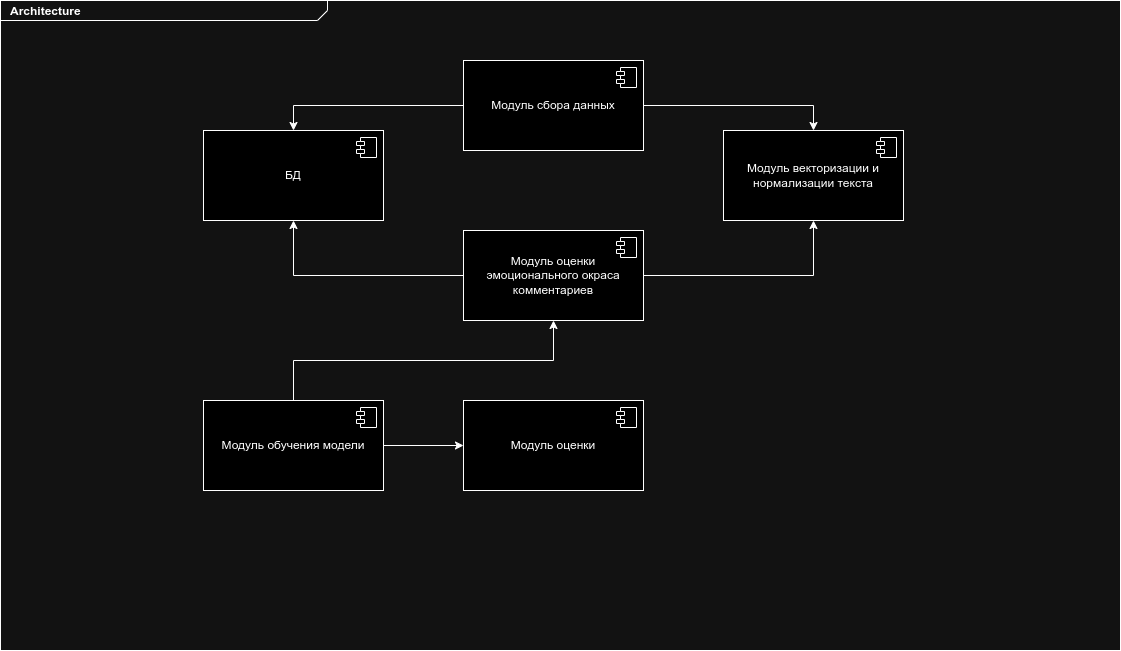
Above: arch_lab_2/arch.png in comiam/emotion-detector (draw.io), before the change. Source tidied: cells renumbered, new cells last; positions are measured from the earlier drawing's top-left corner, leaving out a move shared by most shapes.
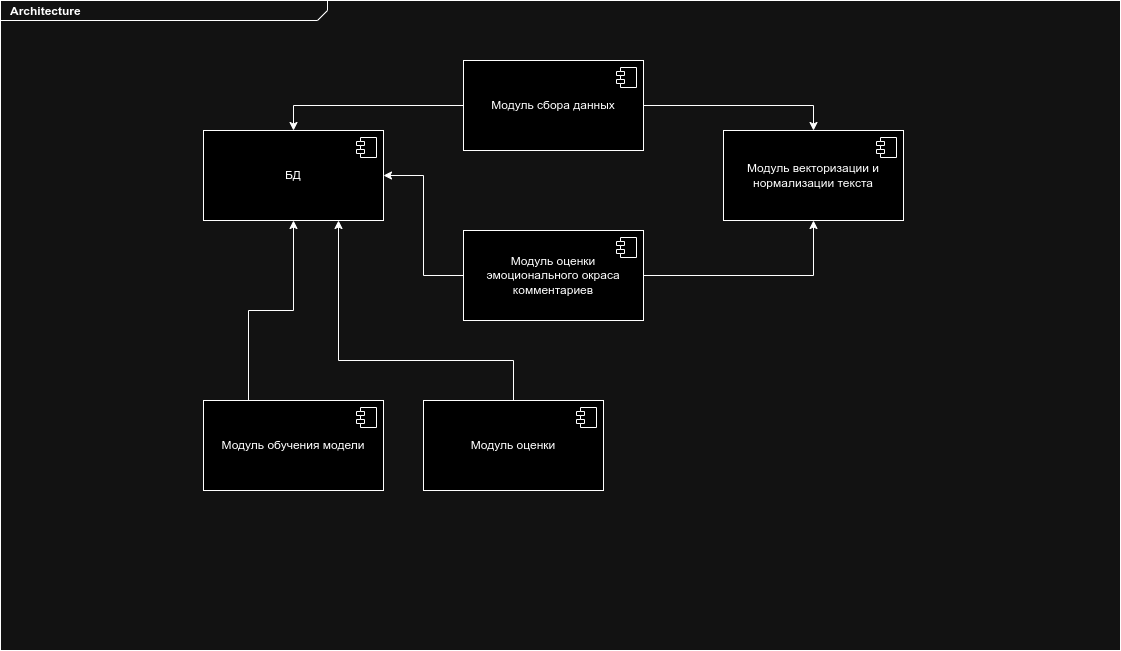
Above is the later version.

Change to the diagram source:
```diff
@@ -5,7 +5,7 @@
     <mxCell id="2" value="&lt;p style=&quot;margin: 0px ; margin-top: 4px ; margin-left: 10px ; text-align: left&quot;&gt;&lt;b&gt;Architecture&lt;/b&gt;&lt;/p&gt;" style="html=1;strokeWidth=1;shape=mxgraph.sysml.package;html=1;overflow=fill;whiteSpace=wrap;fillColor=none;gradientColor=none;fontSize=12;align=center;labelX=327.64;" parent="1" vertex="1">
       <mxGeometry width="1120" height="650" as="geometry" />
     </mxCell>
-    <mxCell id="3" style="edgeStyle=orthogonalEdgeStyle;rounded=0;html=1;jettySize=auto;endArrow=circlePlus;endFill=0;" parent="1" edge="1" source="x">
+    <mxCell id="3" style="edgeStyle=orthogonalEdgeStyle;rounded=0;html=1;jettySize=auto;orthogonalLoop=1;endArrow=circlePlus;endFill=0;" parent="1" edge="1">
       <mxGeometry relative="1" as="geometry">
         <mxPoint x="200" y="155" as="targetPoint" />
         <Array as="points">
@@ -14,12 +14,12 @@
         </Array>
       </mxGeometry>
     </mxCell>
-    <mxCell id="4" style="edgeStyle=none;rounded=0;html=1;dashed=1;endArrow=none;endFill=0;jettySize=auto;" parent="1" edge="1" source="x">
+    <mxCell id="4" style="edgeStyle=none;rounded=0;html=1;dashed=1;endArrow=none;endFill=0;jettySize=auto;orthogonalLoop=1;" parent="1" edge="1">
       <mxGeometry relative="1" as="geometry">
         <mxPoint x="749.6" y="365" as="targetPoint" />
       </mxGeometry>
     </mxCell>
-    <mxCell id="5" style="edgeStyle=orthogonalEdgeStyle;rounded=0;html=1;endArrow=circlePlus;endFill=0;jettySize=auto;entryX=0.25;entryY=1;" parent="1" edge="1" source="x">
+    <mxCell id="5" style="edgeStyle=orthogonalEdgeStyle;rounded=0;html=1;endArrow=circlePlus;endFill=0;jettySize=auto;orthogonalLoop=1;entryX=0.25;entryY=1;" parent="1" edge="1">
       <mxGeometry relative="1" as="geometry">
         <mxPoint x="360" y="315" as="targetPoint" />
         <Array as="points">
@@ -28,7 +28,7 @@
         </Array>
       </mxGeometry>
     </mxCell>
-    <mxCell id="6" style="edgeStyle=orthogonalEdgeStyle;rounded=0;html=1;endArrow=circlePlus;endFill=0;jettySize=auto;entryX=0.5;entryY=1;" parent="1" edge="1" source="x">
+    <mxCell id="6" style="edgeStyle=orthogonalEdgeStyle;rounded=0;html=1;endArrow=circlePlus;endFill=0;jettySize=auto;orthogonalLoop=1;entryX=0.5;entryY=1;" parent="1" edge="1">
       <mxGeometry relative="1" as="geometry">
         <mxPoint x="400" y="315" as="targetPoint" />
         <Array as="points">
@@ -37,7 +37,7 @@
         </Array>
       </mxGeometry>
     </mxCell>
-    <mxCell id="7" style="edgeStyle=orthogonalEdgeStyle;rounded=0;html=1;endArrow=circlePlus;endFill=0;jettySize=auto;entryX=0.75;entryY=1;" parent="1" edge="1" source="x">
+    <mxCell id="7" style="edgeStyle=orthogonalEdgeStyle;rounded=0;html=1;endArrow=circlePlus;endFill=0;jettySize=auto;orthogonalLoop=1;entryX=0.75;entryY=1;" parent="1" edge="1">
       <mxGeometry relative="1" as="geometry">
         <mxPoint x="440" y="315" as="targetPoint" />
         <Array as="points">
@@ -46,12 +46,12 @@
         </Array>
       </mxGeometry>
     </mxCell>
-    <mxCell id="8" style="edgeStyle=none;rounded=0;html=1;dashed=1;endArrow=none;endFill=0;jettySize=auto;" parent="1" edge="1" target="x">
+    <mxCell id="8" style="edgeStyle=none;rounded=0;html=1;dashed=1;endArrow=none;endFill=0;jettySize=auto;orthogonalLoop=1;" parent="1" edge="1">
       <mxGeometry relative="1" as="geometry">
         <mxPoint x="700" y="365" as="sourcePoint" />
       </mxGeometry>
     </mxCell>
-    <mxCell id="9" style="edgeStyle=orthogonalEdgeStyle;rounded=0;html=1;endArrow=circlePlus;endFill=0;jettySize=auto;" parent="1" edge="1" source="x">
+    <mxCell id="9" style="edgeStyle=orthogonalEdgeStyle;rounded=0;html=1;endArrow=circlePlus;endFill=0;jettySize=auto;orthogonalLoop=1;" parent="1" edge="1">
       <mxGeometry relative="1" as="geometry">
         <mxPoint x="160" y="325" as="targetPoint" />
         <Array as="points">
@@ -60,12 +60,12 @@
         </Array>
       </mxGeometry>
     </mxCell>
-    <mxCell id="10" style="rounded=0;html=1;endArrow=none;endFill=0;jettySize=auto;dashed=1;" parent="1" edge="1" source="x">
+    <mxCell id="10" style="rounded=0;html=1;endArrow=none;endFill=0;jettySize=auto;orthogonalLoop=1;dashed=1;" parent="1" edge="1">
       <mxGeometry relative="1" as="geometry">
         <mxPoint x="683" y="435" as="targetPoint" />
       </mxGeometry>
     </mxCell>
-    <mxCell id="11" style="edgeStyle=none;rounded=0;html=1;dashed=1;endArrow=none;endFill=0;jettySize=auto;" parent="1" edge="1" source="x">
+    <mxCell id="11" style="edgeStyle=none;rounded=0;html=1;dashed=1;endArrow=none;endFill=0;jettySize=auto;orthogonalLoop=1;" parent="1" edge="1">
       <mxGeometry relative="1" as="geometry">
         <mxPoint x="870" y="315" as="targetPoint" />
       </mxGeometry>
@@ -78,12 +78,6 @@
         <mxPoint x="-27" y="7" as="offset" />
       </mxGeometry>
     </mxCell>
-    <mxCell id="14" style="edgeStyle=orthogonalEdgeStyle;rounded=0;jettySize=auto;html=1;entryX=0;entryY=0.5;entryDx=0;entryDy=0;" parent="1" edge="1" source="16" target="20">
-      <mxGeometry relative="1" as="geometry" />
-    </mxCell>
-    <mxCell id="15" style="edgeStyle=orthogonalEdgeStyle;rounded=0;jettySize=auto;html=1;entryX=0.5;entryY=1;entryDx=0;entryDy=0;exitX=0.5;exitY=0;exitDx=0;exitDy=0;" parent="1" edge="1" source="16" target="28">
-      <mxGeometry relative="1" as="geometry" />
-    </mxCell>
     <mxCell id="16" value="Модуль обучения модели" style="html=1;whiteSpace=wrap;" parent="1" vertex="1">
       <mxGeometry x="203" y="400" width="180" height="90" as="geometry" />
     </mxCell>
@@ -100,8 +94,16 @@
         <mxPoint x="-27" y="7" as="offset" />
       </mxGeometry>
     </mxCell>
+    <mxCell id="30" style="edgeStyle=orthogonalEdgeStyle;rounded=0;jettySize=auto;html=1;entryX=0.75;entryY=1;entryDx=0;entryDy=0;" parent="1" edge="1" source="20" target="18">
+      <mxGeometry relative="1" as="geometry">
+        <Array as="points">
+          <mxPoint x="513" y="360" />
+          <mxPoint x="338" y="360" />
+        </Array>
+      </mxGeometry>
+    </mxCell>
     <mxCell id="20" value="Модуль оценки" style="html=1;whiteSpace=wrap;" parent="1" vertex="1">
-      <mxGeometry x="463" y="400" width="180" height="90" as="geometry" />
+      <mxGeometry x="423" y="400" width="180" height="90" as="geometry" />
     </mxCell>
     <mxCell id="21" style="shape=module;jettyWidth=8;jettyHeight=4;" parent="20" vertex="1">
       <mxGeometry x="1" width="20" height="20" relative="1" as="geometry">
@@ -122,12 +124,15 @@
         <mxPoint x="-27" y="7" as="offset" />
       </mxGeometry>
     </mxCell>
-    <mxCell id="26" style="edgeStyle=orthogonalEdgeStyle;rounded=0;jettySize=auto;html=1;entryX=0.5;entryY=1;entryDx=0;entryDy=0;" parent="1" edge="1" source="28" target="18">
+    <mxCell id="26" style="edgeStyle=orthogonalEdgeStyle;rounded=0;jettySize=auto;html=1;entryX=0.5;entryY=1;entryDx=0;entryDy=0;exitX=0.25;exitY=0;exitDx=0;exitDy=0;" parent="1" edge="1" source="16" target="18">
       <mxGeometry relative="1" as="geometry" />
     </mxCell>
     <mxCell id="27" style="edgeStyle=orthogonalEdgeStyle;rounded=0;jettySize=auto;html=1;entryX=0.5;entryY=1;entryDx=0;entryDy=0;" parent="1" edge="1" source="28" target="12">
       <mxGeometry relative="1" as="geometry" />
     </mxCell>
+    <mxCell id="31" style="edgeStyle=orthogonalEdgeStyle;rounded=0;jettySize=auto;html=1;exitX=0;exitY=0.5;exitDx=0;exitDy=0;entryX=1;entryY=0.5;entryDx=0;entryDy=0;" parent="1" edge="1" source="28" target="18">
+      <mxGeometry relative="1" as="geometry" />
+    </mxCell>
     <mxCell id="28" value="Модуль оценки эмоционального окраса комментариев" style="html=1;whiteSpace=wrap;" parent="1" vertex="1">
       <mxGeometry x="463" y="230" width="180" height="90" as="geometry" />
     </mxCell>
```
